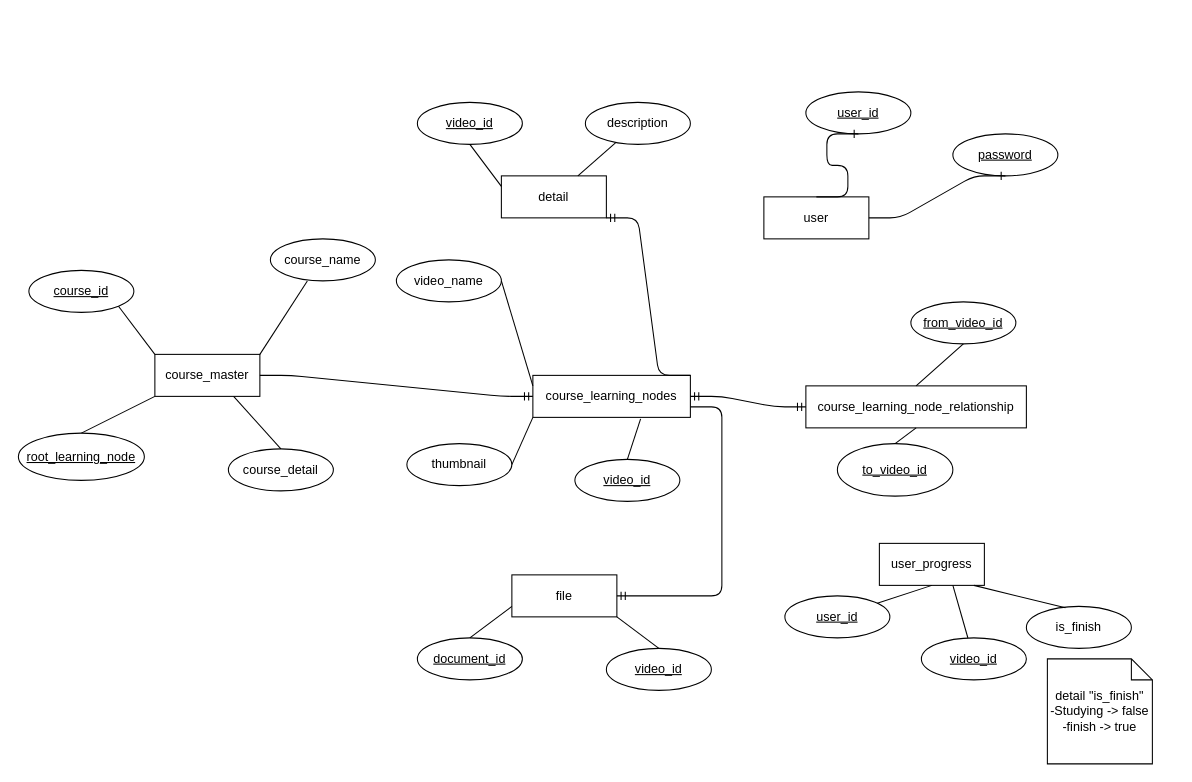
TendonT52/ProjectProgMath keeps this draw.io diagram as Untitled Diagram.drawio. Above is the earlier version. Source tidied: cells renumbered, new cells numbered last; positions are measured from the earlier drawing's top-left corner, leaving out a move shared by most shapes. Both pictures are drawn from the tidied source at 105%, with x=0, y=0 at pixel (18, 91).
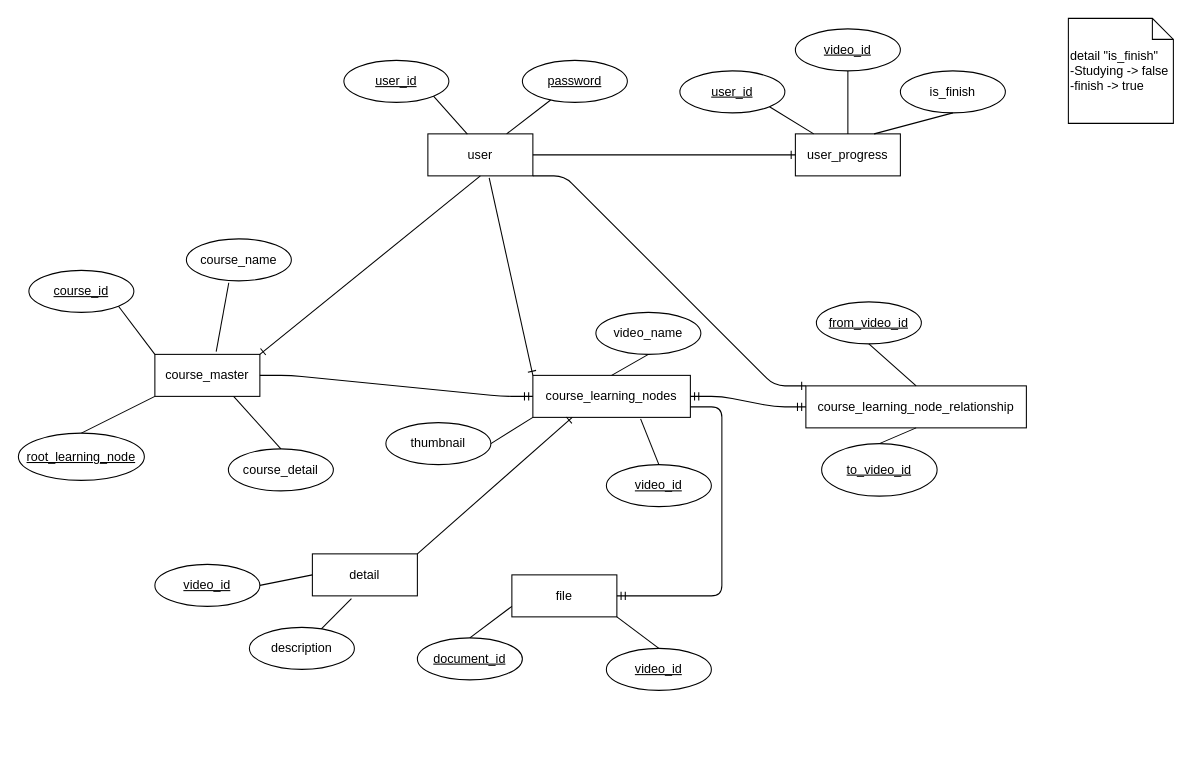
Above is the later version.

The change refers to these unchanged cells:
```xml
<mxCell id="2" value="course_learning_nodes" style="whiteSpace=wrap;html=1;align=center;" parent="1" vertex="1">
  <mxGeometry x="490" y="270" width="150" height="40" as="geometry" />
</mxCell>
<mxCell id="3" value="course_learning_node_relationship" style="whiteSpace=wrap;html=1;align=center;" parent="1" vertex="1">
  <mxGeometry x="750" y="280" width="210" height="40" as="geometry" />
</mxCell>
<mxCell id="23" value="course_master" style="whiteSpace=wrap;html=1;align=center;" parent="1" vertex="1">
  <mxGeometry x="130" y="250" width="100" height="40" as="geometry" />
</mxCell>
```

What changed in the source:
```diff
@@
     <mxCell id="4" value="video_id" style="ellipse;whiteSpace=wrap;html=1;align=center;fontStyle=4;" parent="1" vertex="1">
-      <mxGeometry x="530" y="350" width="100" height="40" as="geometry" />
+      <mxGeometry x="560" y="355" width="100" height="40" as="geometry" />
     </mxCell>
-    <mxCell id="5" value="video_name" style="ellipse;whiteSpace=wrap;html=1;align=center;" parent="1" vertex="1">
-      <mxGeometry x="360" y="160" width="100" height="40" as="geometry" />
-    </mxCell>
-    <mxCell id="6" value="from_video_id" style="ellipse;whiteSpace=wrap;html=1;align=center;fontStyle=4;" parent="1" vertex="1">
-      <mxGeometry x="850" y="200" width="100" height="40" as="geometry" />
-    </mxCell>
@@
-    <mxCell id="9" style="endArrow=none;html=1;rounded=0;exitX=1;exitY=0.5;exitDx=0;exitDy=0;entryX=0;entryY=0.25;entryDx=0;entryDy=0;" parent="1" edge="1" source="5" target="2">
-      <mxGeometry relative="1" as="geometry" />
-    </mxCell>
@@
-    <mxCell id="11" style="endArrow=none;html=1;rounded=0;entryX=0.5;entryY=1;entryDx=0;entryDy=0;exitX=0.5;exitY=0;exitDx=0;exitDy=0;" parent="1" edge="1" source="3" target="6">
-      <mxGeometry relative="1" as="geometry" />
-    </mxCell>
@@
     <mxCell id="13" value="detail" style="whiteSpace=wrap;html=1;align=center;" parent="1" vertex="1">
-      <mxGeometry x="460" y="80" width="100" height="40" as="geometry" />
+      <mxGeometry x="280" y="440" width="100" height="40" as="geometry" />
     </mxCell>
     <mxCell id="14" value="description" style="ellipse;whiteSpace=wrap;html=1;align=center;" parent="1" vertex="1">
-      <mxGeometry x="540" y="10" width="100" height="40" as="geometry" />
+      <mxGeometry x="220" y="510" width="100" height="40" as="geometry" />
     </mxCell>
     <mxCell id="15" value="thumbnail" style="ellipse;whiteSpace=wrap;html=1;align=center;" parent="1" vertex="1">
-      <mxGeometry x="370" y="335" width="100" height="40" as="geometry" />
+      <mxGeometry x="350" y="315" width="100" height="40" as="geometry" />
     </mxCell>
@@
     <mxCell id="17" value="video_id" style="ellipse;whiteSpace=wrap;html=1;align=center;fontStyle=4;" parent="1" vertex="1">
-      <mxGeometry x="380" y="10" width="100" height="40" as="geometry" />
+      <mxGeometry x="130" y="450" width="100" height="40" as="geometry" />
     </mxCell>
-    <mxCell id="18" style="endArrow=none;html=1;rounded=0;exitX=0.5;exitY=1;exitDx=0;exitDy=0;entryX=0;entryY=0.25;entryDx=0;entryDy=0;" parent="1" edge="1" source="17" target="13">
-      <mxGeometry relative="1" as="geometry" />
-    </mxCell>
-    <mxCell id="19" style="endArrow=none;html=1;rounded=0;" parent="1" edge="1" source="13" target="14">
-      <mxGeometry relative="1" as="geometry" />
-    </mxCell>
     <mxCell id="20" value="to_video_id" style="ellipse;whiteSpace=wrap;html=1;align=center;fontStyle=4;" parent="1" vertex="1">
-      <mxGeometry x="780" y="335" width="110" height="50" as="geometry" />
+      <mxGeometry x="765" y="335" width="110" height="50" as="geometry" />
     </mxCell>
@@
     <mxCell id="25" value="course_name" style="ellipse;whiteSpace=wrap;html=1;align=center;" parent="1" vertex="1">
-      <mxGeometry x="240" y="140" width="100" height="40" as="geometry" />
+      <mxGeometry x="160" y="140" width="100" height="40" as="geometry" />
     </mxCell>
@@
-    <mxCell id="29" style="endArrow=none;html=1;rounded=0;entryX=0.352;entryY=1.005;entryDx=0;entryDy=0;entryPerimeter=0;exitX=1;exitY=0;exitDx=0;exitDy=0;" parent="1" edge="1" source="23" target="25">
-      <mxGeometry relative="1" as="geometry" />
-    </mxCell>
@@
-    <mxCell id="33" style="edgeStyle=entityRelationEdgeStyle;fontSize=12;html=1;endArrow=ERmandOne;entryX=1;entryY=1;entryDx=0;entryDy=0;exitX=1;exitY=0;exitDx=0;exitDy=0;" parent="1" edge="1" source="2" target="13">
-      <mxGeometry relative="1" as="geometry" />
-    </mxCell>
@@
-    <mxCell id="36" value="user" style="whiteSpace=wrap;html=1;align=center;" parent="1" vertex="1">
-      <mxGeometry x="710" y="100" width="100" height="40" as="geometry" />
-    </mxCell>
-    <mxCell id="37" value="user_id" style="ellipse;whiteSpace=wrap;html=1;align=center;fontStyle=4;" parent="1" vertex="1">
-      <mxGeometry x="750" width="100" height="40" as="geometry" />
-    </mxCell>
-    <mxCell id="38" value="password" style="ellipse;whiteSpace=wrap;html=1;align=center;fontStyle=4;" parent="1" vertex="1">
-      <mxGeometry x="890" y="40" width="100" height="40" as="geometry" />
-    </mxCell>
-    <mxCell id="39" style="edgeStyle=entityRelationEdgeStyle;fontSize=12;html=1;endArrow=ERone;endFill=1;entryX=0.5;entryY=1;entryDx=0;entryDy=0;exitX=0.5;exitY=0;exitDx=0;exitDy=0;" parent="1" edge="1" source="36" target="37">
-      <mxGeometry relative="1" as="geometry" />
-    </mxCell>
-    <mxCell id="40" style="edgeStyle=entityRelationEdgeStyle;fontSize=12;html=1;endArrow=ERone;endFill=1;entryX=0.5;entryY=1;entryDx=0;entryDy=0;exitX=1;exitY=0.5;exitDx=0;exitDy=0;" parent="1" edge="1" source="36" target="38">
-      <mxGeometry relative="1" as="geometry" />
-    </mxCell>
     <mxCell id="41" value="user_progress" style="whiteSpace=wrap;html=1;align=center;" parent="1" vertex="1">
-      <mxGeometry x="820" y="430" width="100" height="40" as="geometry" />
+      <mxGeometry x="740" y="40" width="100" height="40" as="geometry" />
     </mxCell>
     <mxCell id="42" value="user_id" style="ellipse;whiteSpace=wrap;html=1;align=center;fontStyle=4;" parent="1" vertex="1">
-      <mxGeometry x="730" y="480" width="100" height="40" as="geometry" />
+      <mxGeometry x="630" y="-20" width="100" height="40" as="geometry" />
     </mxCell>
@@
     <mxCell id="44" value="video_id" style="ellipse;whiteSpace=wrap;html=1;align=center;fontStyle=4;" parent="1" vertex="1">
-      <mxGeometry x="860" y="520" width="100" height="40" as="geometry" />
+      <mxGeometry x="740" y="-60" width="100" height="40" as="geometry" />
     </mxCell>
     <mxCell id="45" value="is_finish" style="ellipse;whiteSpace=wrap;html=1;align=center;" parent="1" vertex="1">
-      <mxGeometry x="960" y="490" width="100" height="40" as="geometry" />
+      <mxGeometry x="840" y="-20" width="100" height="40" as="geometry" />
     </mxCell>
-    <mxCell id="46" style="endArrow=none;html=1;rounded=0;entryX=0.5;entryY=1;entryDx=0;entryDy=0;" parent="1" edge="1" target="41">
-      <mxGeometry relative="1" as="geometry">
-        <mxPoint x="818" y="487" as="sourcePoint" />
-      </mxGeometry>
-    </mxCell>
-    <mxCell id="47" style="endArrow=none;html=1;rounded=0;" parent="1" edge="1" source="44">
-      <mxGeometry relative="1" as="geometry">
-        <mxPoint x="890" y="470" as="targetPoint" />
-      </mxGeometry>
-    </mxCell>
-    <mxCell id="48" style="endArrow=none;html=1;rounded=0;entryX=0.372;entryY=0.035;entryDx=0;entryDy=0;entryPerimeter=0;" parent="1" edge="1" target="45">
-      <mxGeometry relative="1" as="geometry">
-        <mxPoint x="910" y="470" as="sourcePoint" />
-      </mxGeometry>
-    </mxCell>
-    <mxCell id="49" value="detail &quot;is_finish&quot;&lt;br&gt;-Studying -&amp;gt; false&lt;br&gt;-finish -&amp;gt; true" style="shape=note;size=20;whiteSpace=wrap;html=1;" parent="1" vertex="1">
-      <mxGeometry x="980" y="540" width="100" height="100" as="geometry" />
+    <mxCell id="49" value="detail &quot;is_finish&quot;&lt;br&gt;-Studying -&amp;gt; false&lt;br&gt;-finish -&amp;gt; true" style="shape=note;size=20;whiteSpace=wrap;html=1;align=left;" parent="1" vertex="1">
+      <mxGeometry x="1000" y="-70" width="100" height="100" as="geometry" />
     </mxCell>
+    <mxCell id="36" value="user" style="whiteSpace=wrap;html=1;align=center;" parent="1" vertex="1">
+      <mxGeometry x="390" y="40" width="100" height="40" as="geometry" />
+    </mxCell>
+    <mxCell id="37" value="user_id" style="ellipse;whiteSpace=wrap;html=1;align=center;fontStyle=4;" parent="1" vertex="1">
+      <mxGeometry x="310" y="-30" width="100" height="40" as="geometry" />
+    </mxCell>
+    <mxCell id="38" value="password" style="ellipse;whiteSpace=wrap;html=1;align=center;fontStyle=4;" parent="1" vertex="1">
+      <mxGeometry x="480" y="-30" width="100" height="40" as="geometry" />
+    </mxCell>
+    <mxCell id="5" value="video_name" style="ellipse;whiteSpace=wrap;html=1;align=center;" parent="1" vertex="1">
+      <mxGeometry x="550" y="210" width="100" height="40" as="geometry" />
+    </mxCell>
+    <mxCell id="6" value="from_video_id" style="ellipse;whiteSpace=wrap;html=1;align=center;fontStyle=4;" parent="1" vertex="1">
+      <mxGeometry x="760" y="200" width="100" height="40" as="geometry" />
+    </mxCell>
+    <mxCell id="11" style="endArrow=none;html=1;rounded=0;entryX=0.5;entryY=1;entryDx=0;entryDy=0;exitX=0.5;exitY=0;exitDx=0;exitDy=0;" parent="1" edge="1" source="3" target="6">
+      <mxGeometry relative="1" as="geometry" />
+    </mxCell>
+    <mxCell id="50" style="endArrow=none;html=1;rounded=0;entryX=0.5;entryY=1;entryDx=0;entryDy=0;exitX=0.5;exitY=0;exitDx=0;exitDy=0;" parent="1" edge="1" source="2" target="5">
+      <mxGeometry relative="1" as="geometry" />
+    </mxCell>
+    <mxCell id="51" style="fontSize=12;html=1;endArrow=ERone;endFill=1;exitX=1;exitY=0;exitDx=0;exitDy=0;entryX=0.25;entryY=1;entryDx=0;entryDy=0;" parent="1" edge="1" source="13" target="2">
+      <mxGeometry relative="1" as="geometry" />
+    </mxCell>
+    <mxCell id="39" style="endArrow=none;html=1;rounded=0;entryX=1;entryY=1;entryDx=0;entryDy=0;exitX=0.376;exitY=0.005;exitDx=0;exitDy=0;exitPerimeter=0;" parent="1" edge="1" source="36" target="37">
+      <mxGeometry relative="1" as="geometry" />
+    </mxCell>
+    <mxCell id="40" style="endArrow=none;html=1;rounded=0;exitX=0.75;exitY=0;exitDx=0;exitDy=0;" parent="1" edge="1" source="36" target="38">
+      <mxGeometry relative="1" as="geometry" />
+    </mxCell>
+    <mxCell id="52" style="endArrow=none;html=1;rounded=0;entryX=0.5;entryY=1;entryDx=0;entryDy=0;exitX=0.5;exitY=0;exitDx=0;exitDy=0;" parent="1" edge="1" source="41" target="44">
+      <mxGeometry relative="1" as="geometry" />
+    </mxCell>
+    <mxCell id="53" style="endArrow=none;html=1;rounded=0;entryX=1;entryY=1;entryDx=0;entryDy=0;" parent="1" edge="1" source="41" target="42">
+      <mxGeometry relative="1" as="geometry" />
+    </mxCell>
+    <mxCell id="54" style="endArrow=none;html=1;rounded=0;entryX=0.5;entryY=1;entryDx=0;entryDy=0;exitX=0.75;exitY=0;exitDx=0;exitDy=0;" parent="1" edge="1" source="41" target="45">
+      <mxGeometry relative="1" as="geometry" />
+    </mxCell>
+    <mxCell id="55" style="edgeStyle=entityRelationEdgeStyle;fontSize=12;html=1;endArrow=ERone;endFill=1;entryX=0;entryY=0.5;entryDx=0;entryDy=0;exitX=1;exitY=0.5;exitDx=0;exitDy=0;" parent="1" edge="1" source="36" target="41">
+      <mxGeometry relative="1" as="geometry" />
+    </mxCell>
+    <mxCell id="56" style="fontSize=12;html=1;endArrow=ERone;endFill=1;exitX=0.5;exitY=1;exitDx=0;exitDy=0;entryX=1;entryY=0;entryDx=0;entryDy=0;" parent="1" edge="1" source="36" target="23">
+      <mxGeometry relative="1" as="geometry" />
+    </mxCell>
+    <mxCell id="57" style="endArrow=none;html=1;rounded=0;exitX=0.404;exitY=1.045;exitDx=0;exitDy=0;exitPerimeter=0;entryX=0.584;entryY=-0.065;entryDx=0;entryDy=0;entryPerimeter=0;" parent="1" edge="1" source="25" target="23">
+      <mxGeometry relative="1" as="geometry" />
+    </mxCell>
+    <mxCell id="58" style="fontSize=12;html=1;endArrow=ERone;endFill=1;exitX=0.584;exitY=1.045;exitDx=0;exitDy=0;exitPerimeter=0;entryX=0;entryY=0;entryDx=0;entryDy=0;" parent="1" edge="1" source="36" target="2">
+      <mxGeometry relative="1" as="geometry" />
+    </mxCell>
+    <mxCell id="59" style="endArrow=none;html=1;rounded=0;exitX=1;exitY=0.5;exitDx=0;exitDy=0;" parent="1" edge="1" source="17">
+      <mxGeometry relative="1" as="geometry">
+        <mxPoint x="280" y="460" as="targetPoint" />
+      </mxGeometry>
+    </mxCell>
+    <mxCell id="19" style="endArrow=none;html=1;rounded=0;exitX=0.372;exitY=1.065;exitDx=0;exitDy=0;exitPerimeter=0;" parent="1" edge="1" source="13" target="14">
+      <mxGeometry relative="1" as="geometry" />
+    </mxCell>
+    <mxCell id="60" style="edgeStyle=entityRelationEdgeStyle;fontSize=12;html=1;endArrow=ERone;endFill=1;entryX=0;entryY=0;entryDx=0;entryDy=0;exitX=1;exitY=1;exitDx=0;exitDy=0;" parent="1" edge="1" source="36" target="3">
+      <mxGeometry relative="1" as="geometry" />
+    </mxCell>
```
